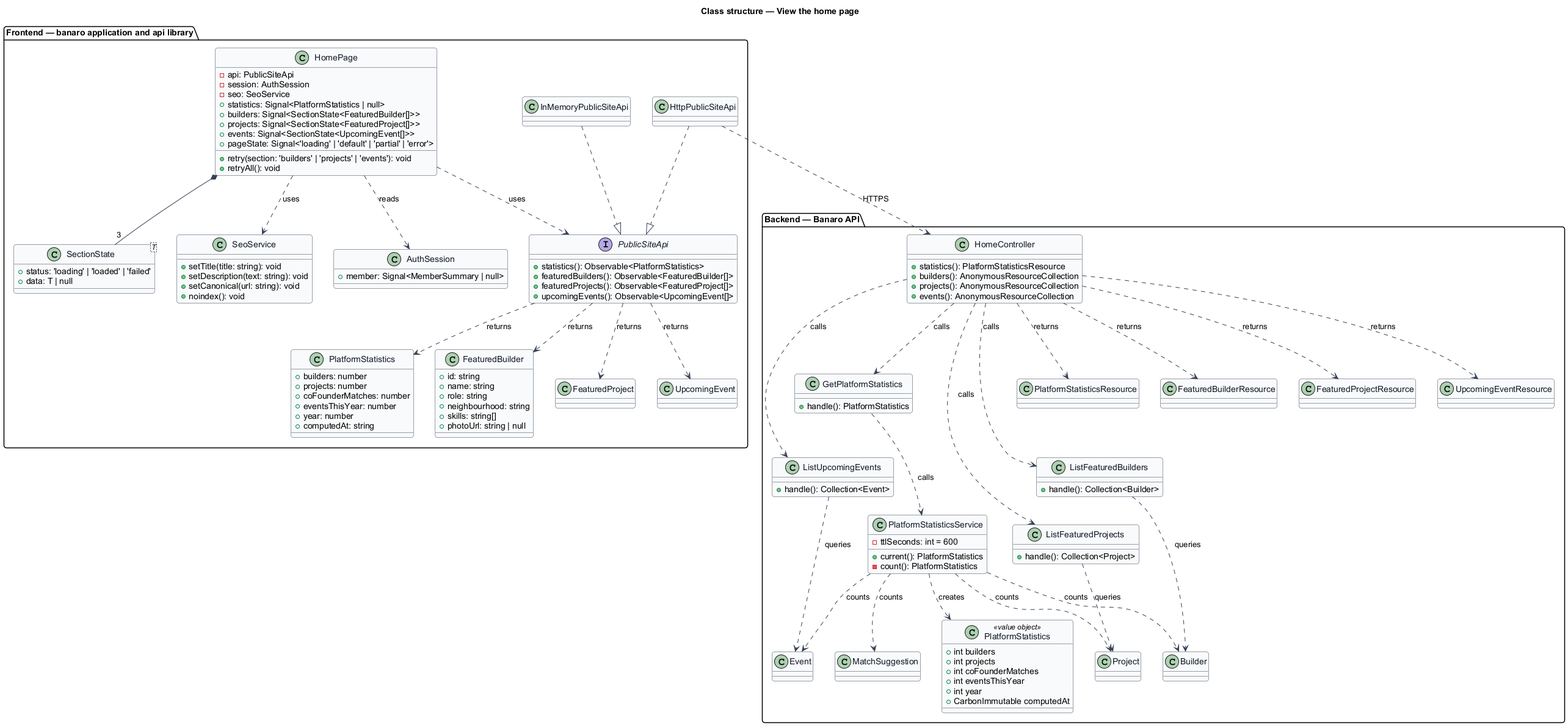
Above: docs/detailed-designs/public-site/view-home-page/diagrams/class-structure.png in QuinntyneBrown/banaro (PlantUML), before the change. The source it was exported from:
```plantuml
@startuml
skinparam backgroundColor #FFFFFF
skinparam shadowing false
skinparam roundcorner 8
skinparam defaultFontName Arial
skinparam ArrowColor #344054
skinparam class {
  BorderColor #344054
  FontColor #101828
  BackgroundColor #F9FAFB
}
title Class structure — View the home page

package "Frontend — banaro application and api library" {
  class HomePage {
    -api: PublicSiteApi
    -session: AuthSession
    -seo: SeoService
    +statistics: Signal<PlatformStatistics | null>
    +builders: Signal<SectionState<FeaturedBuilder[]>>
    +projects: Signal<SectionState<FeaturedProject[]>>
    +events: Signal<SectionState<UpcomingEvent[]>>
    +pageState: Signal<'loading' | 'default' | 'partial' | 'error'>
    +retry(section: 'builders' | 'projects' | 'events'): void
    +retryAll(): void
  }
  class "SectionState<T>" as SectionState {
    +status: 'loading' | 'loaded' | 'failed'
    +data: T | null
  }
  class SeoService {
    +setTitle(title: string): void
    +setDescription(text: string): void
    +setCanonical(url: string): void
    +noindex(): void
  }
  interface PublicSiteApi {
    +statistics(): Observable<PlatformStatistics>
    +featuredBuilders(): Observable<FeaturedBuilder[]>
    +featuredProjects(): Observable<FeaturedProject[]>
    +upcomingEvents(): Observable<UpcomingEvent[]>
  }
  class HttpPublicSiteApi
  class InMemoryPublicSiteApi
  class PlatformStatistics {
    +builders: number
    +projects: number
    +coFounderMatches: number
    +eventsThisYear: number
    +year: number
    +computedAt: string
  }
  class FeaturedBuilder {
    +id: string
    +name: string
    +role: string
    +neighbourhood: string
    +skills: string[]
    +photoUrl: string | null
  }
  class FeaturedProject
  class UpcomingEvent
  class AuthSession {
    +member: Signal<MemberSummary | null>
  }
}

package "Backend — Banaro API" {
  class HomeController {
    +statistics(): PlatformStatisticsResource
    +builders(): AnonymousResourceCollection
    +projects(): AnonymousResourceCollection
    +events(): AnonymousResourceCollection
  }
  class GetPlatformStatistics {
    +handle(): PlatformStatistics
  }
  class ListFeaturedBuilders {
    +handle(): Collection<Builder>
  }
  class ListFeaturedProjects {
    +handle(): Collection<Project>
  }
  class ListUpcomingEvents {
    +handle(): Collection<Event>
  }
  class PlatformStatisticsService {
    -ttlSeconds: int = 600
    +current(): PlatformStatistics
    -count(): PlatformStatistics
  }
  class "PlatformStatistics" as PlatformStatisticsDto <<value object>> {
    +int builders
    +int projects
    +int coFounderMatches
    +int eventsThisYear
    +int year
    +CarbonImmutable computedAt
  }
  class Builder
  class Project
  class MatchSuggestion
  class Event
  class PlatformStatisticsResource
  class FeaturedBuilderResource
  class FeaturedProjectResource
  class UpcomingEventResource
}

HomePage ..> PublicSiteApi : uses
HomePage ..> SeoService : uses
HomePage ..> AuthSession : reads
HomePage *-- "3" SectionState
HttpPublicSiteApi ..|> PublicSiteApi
InMemoryPublicSiteApi ..|> PublicSiteApi
PublicSiteApi ..> PlatformStatistics : returns
PublicSiteApi ..> FeaturedBuilder : returns
PublicSiteApi ..> FeaturedProject : returns
PublicSiteApi ..> UpcomingEvent : returns
HttpPublicSiteApi ..> HomeController : HTTPS

HomeController ..> GetPlatformStatistics : calls
HomeController ..> ListFeaturedBuilders : calls
HomeController ..> ListFeaturedProjects : calls
HomeController ..> ListUpcomingEvents : calls
HomeController ..> PlatformStatisticsResource : returns
HomeController ..> FeaturedBuilderResource : returns
HomeController ..> FeaturedProjectResource : returns
HomeController ..> UpcomingEventResource : returns
GetPlatformStatistics ..> PlatformStatisticsService : calls
PlatformStatisticsService ..> PlatformStatisticsDto : creates
PlatformStatisticsService ..> Builder : counts
PlatformStatisticsService ..> Project : counts
PlatformStatisticsService ..> MatchSuggestion : counts
PlatformStatisticsService ..> Event : counts
ListFeaturedBuilders ..> Builder : queries
ListFeaturedProjects ..> Project : queries
ListUpcomingEvents ..> Event : queries
@enduml
```
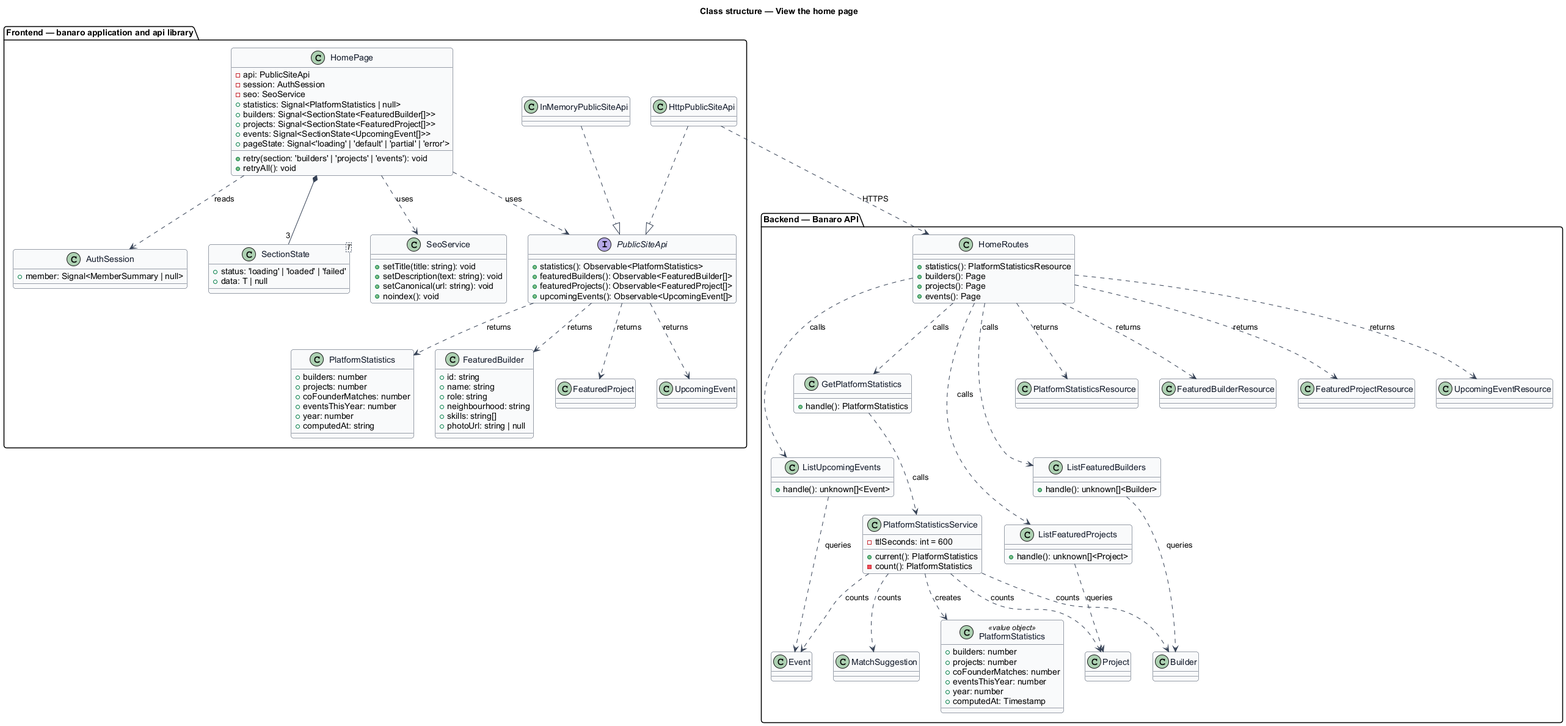
The same file after the commit.

Change to the diagram source:
```diff
@@ -66,23 +66,23 @@
 }
 
 package "Backend — Banaro API" {
-  class HomeController {
+  class HomeRoutes {
     +statistics(): PlatformStatisticsResource
-    +builders(): AnonymousResourceCollection
-    +projects(): AnonymousResourceCollection
-    +events(): AnonymousResourceCollection
+    +builders(): Page
+    +projects(): Page
+    +events(): Page
   }
   class GetPlatformStatistics {
     +handle(): PlatformStatistics
   }
   class ListFeaturedBuilders {
-    +handle(): Collection<Builder>
+    +handle(): unknown[]<Builder>
   }
   class ListFeaturedProjects {
-    +handle(): Collection<Project>
+    +handle(): unknown[]<Project>
   }
   class ListUpcomingEvents {
-    +handle(): Collection<Event>
+    +handle(): unknown[]<Event>
   }
   class PlatformStatisticsService {
     -ttlSeconds: int = 600
@@ -90,12 +90,12 @@
     -count(): PlatformStatistics
   }
   class "PlatformStatistics" as PlatformStatisticsDto <<value object>> {
-    +int builders
-    +int projects
-    +int coFounderMatches
-    +int eventsThisYear
-    +int year
-    +CarbonImmutable computedAt
+    +builders: number
+    +projects: number
+    +coFounderMatches: number
+    +eventsThisYear: number
+    +year: number
+    +computedAt: Timestamp
   }
   class Builder
   class Project
@@ -117,16 +117,16 @@
 PublicSiteApi ..> FeaturedBuilder : returns
 PublicSiteApi ..> FeaturedProject : returns
 PublicSiteApi ..> UpcomingEvent : returns
-HttpPublicSiteApi ..> HomeController : HTTPS
+HttpPublicSiteApi ..> HomeRoutes : HTTPS
 
-HomeController ..> GetPlatformStatistics : calls
-HomeController ..> ListFeaturedBuilders : calls
-HomeController ..> ListFeaturedProjects : calls
-HomeController ..> ListUpcomingEvents : calls
-HomeController ..> PlatformStatisticsResource : returns
-HomeController ..> FeaturedBuilderResource : returns
-HomeController ..> FeaturedProjectResource : returns
-HomeController ..> UpcomingEventResource : returns
+HomeRoutes ..> GetPlatformStatistics : calls
+HomeRoutes ..> ListFeaturedBuilders : calls
+HomeRoutes ..> ListFeaturedProjects : calls
+HomeRoutes ..> ListUpcomingEvents : calls
+HomeRoutes ..> PlatformStatisticsResource : returns
+HomeRoutes ..> FeaturedBuilderResource : returns
+HomeRoutes ..> FeaturedProjectResource : returns
+HomeRoutes ..> UpcomingEventResource : returns
 GetPlatformStatistics ..> PlatformStatisticsService : calls
 PlatformStatisticsService ..> PlatformStatisticsDto : creates
 PlatformStatisticsService ..> Builder : counts
```
